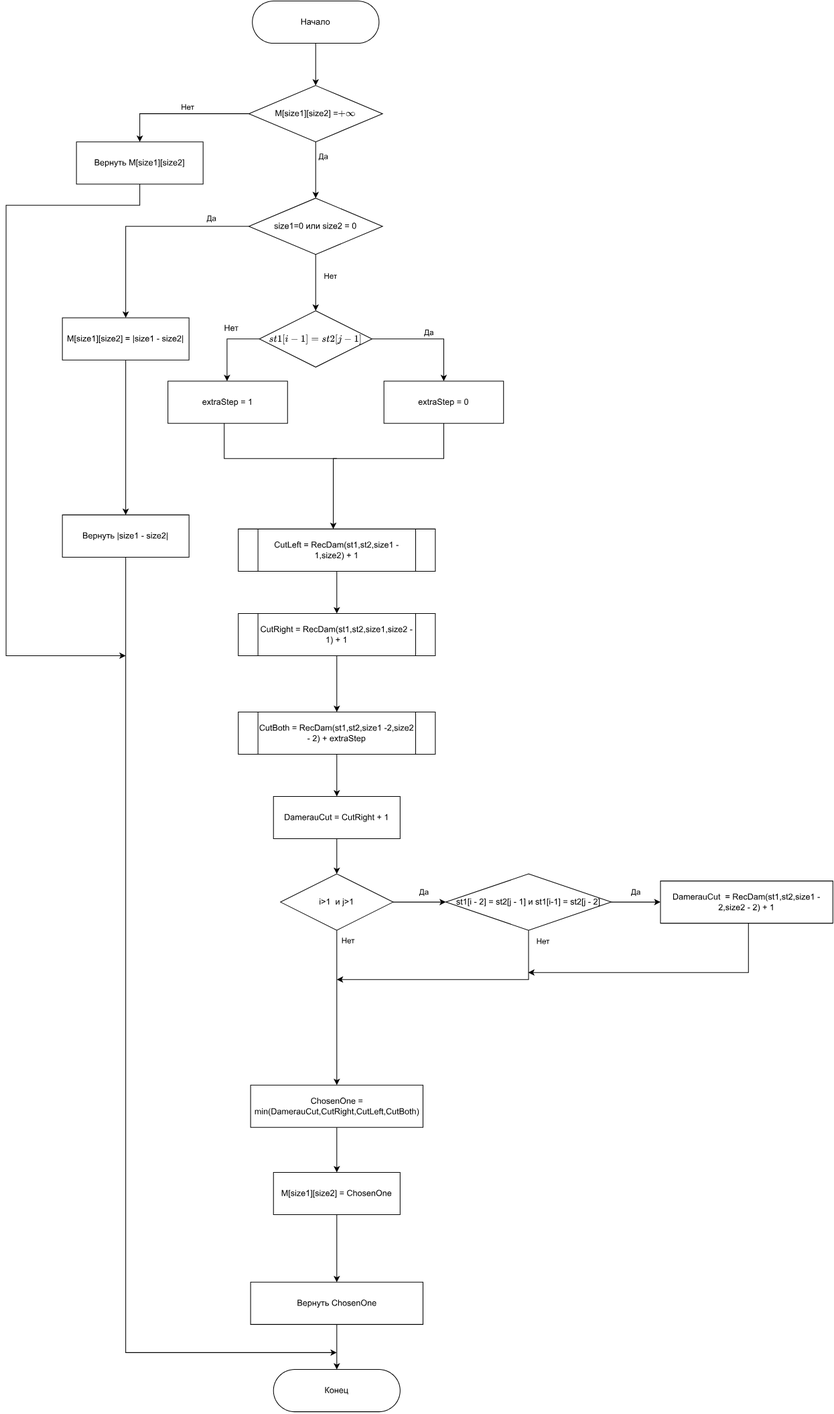
Before: docs/img/lab_01_AA_table_Lev-Damerau-mem.svg, a diagram exported from draw.io (needsomesleeptd/bmstu_AA). Source tidied: cells renumbered, new cells last; positions are measured from the earlier drawing's top-left corner, leaving out a move shared by most shapes.
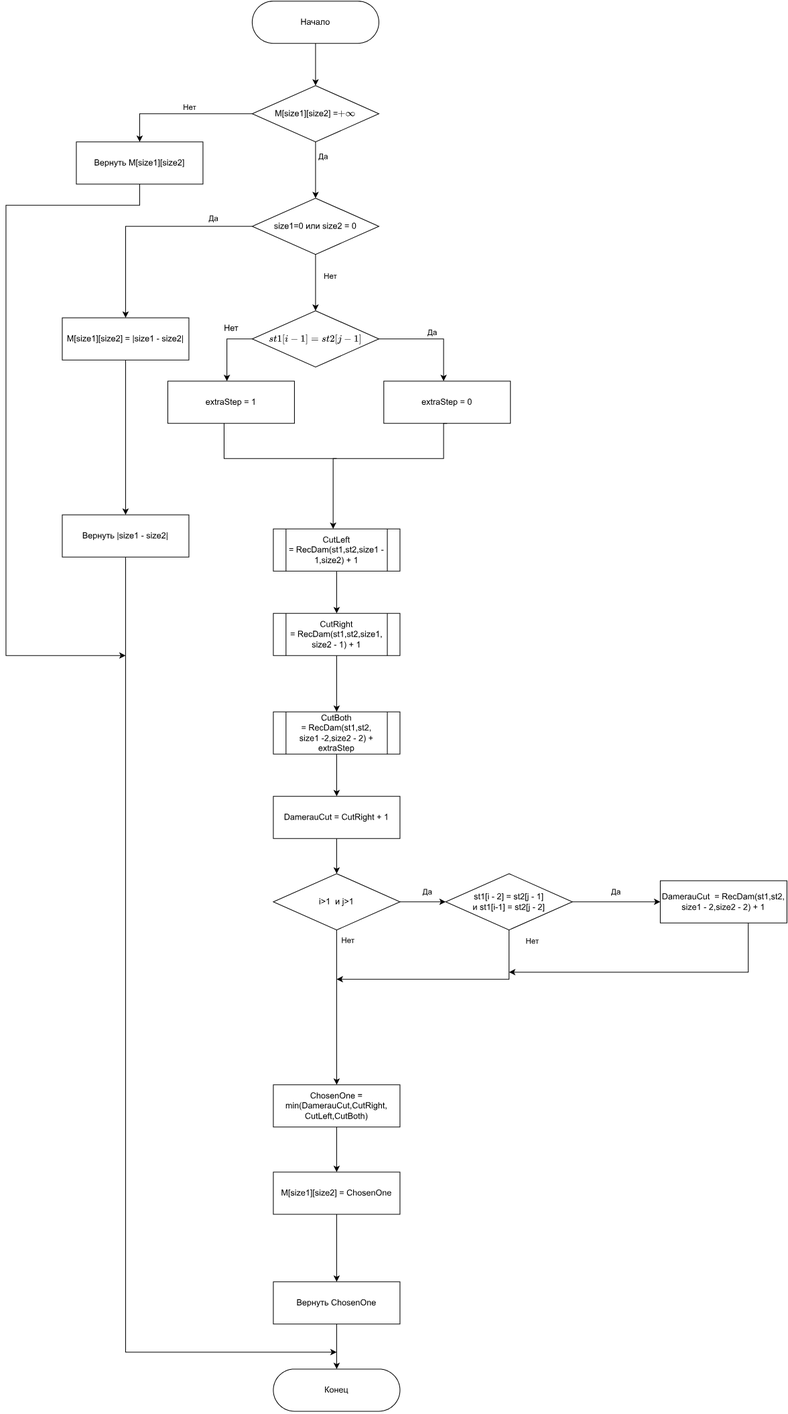
Above is the later version.

Diff of the diagram source:
```diff
@@ -25,7 +25,7 @@
       </mxGeometry>
     </mxCell>
     <mxCell id="8" value="size1=0 или size2 = 0" style="rhombus;whiteSpace=wrap;html=1;rounded=0;" parent="1" vertex="1">
-      <mxGeometry x="345" y="280" width="190" height="80" as="geometry" />
+      <mxGeometry x="350" y="280" width="180" height="80" as="geometry" />
     </mxCell>
     <mxCell id="9" style="edgeStyle=elbowEdgeStyle;rounded=0;jettySize=auto;html=1;" parent="1" edge="1" source="10">
       <mxGeometry relative="1" as="geometry">
@@ -42,7 +42,11 @@
       <mxGeometry x="380" y="1944" width="180" height="60" as="geometry" />
     </mxCell>
     <mxCell id="12" style="edgeStyle=orthogonalEdgeStyle;rounded=0;jettySize=auto;html=1;" parent="1" edge="1" source="15" target="16">
-      <mxGeometry relative="1" as="geometry" />
+      <mxGeometry relative="1" as="geometry">
+        <Array as="points">
+          <mxPoint x="622" y="480" />
+        </Array>
+      </mxGeometry>
     </mxCell>
     <mxCell id="13" value="Да" style="edgeLabel;html=1;align=center;verticalAlign=middle;" parent="12" vertex="1">
       <mxGeometry x="-0.01" relative="1" as="geometry">
@@ -57,13 +61,13 @@
       </mxGeometry>
     </mxCell>
     <mxCell id="15" value="\(st1[i-1] = st2[j-1]\)" style="rhombus;whiteSpace=wrap;html=1;rounded=0;" parent="1" vertex="1">
-      <mxGeometry x="360" y="440" width="160" height="80" as="geometry" />
+      <mxGeometry x="350" y="440" width="180" height="80" as="geometry" />
     </mxCell>
     <mxCell id="16" value="extraStep = 0" style="rounded=0;whiteSpace=wrap;html=1;" parent="1" vertex="1">
-      <mxGeometry x="537" y="540" width="170" height="60" as="geometry" />
+      <mxGeometry x="537" y="540" width="180" height="60" as="geometry" />
     </mxCell>
     <mxCell id="17" value="extraStep = 1" style="rounded=0;whiteSpace=wrap;html=1;" parent="1" vertex="1">
-      <mxGeometry x="230" y="540" width="170" height="60" as="geometry" />
+      <mxGeometry x="230" y="540" width="180" height="60" as="geometry" />
     </mxCell>
     <mxCell id="18" value="Нет" style="text;html=1;align=center;verticalAlign=middle;strokeColor=none;fillColor=none;" parent="1" vertex="1">
       <mxGeometry x="300" y="450" width="40" height="30" as="geometry" />
@@ -88,13 +92,13 @@
       <mxGeometry relative="1" as="geometry" />
     </mxCell>
     <mxCell id="22" value="CutLeft =&amp;nbsp;RecDam(st1,st2,size1 - 1,size2) + 1" style="shape=process;whiteSpace=wrap;html=1;backgroundOutline=1;rounded=0;" parent="1" vertex="1">
-      <mxGeometry x="330" y="750" width="280" height="60" as="geometry" />
+      <mxGeometry x="380" y="750" width="180" height="60" as="geometry" />
     </mxCell>
     <mxCell id="23" style="edgeStyle=orthogonalEdgeStyle;rounded=0;jettySize=auto;html=1;" parent="1" edge="1" source="24" target="40">
       <mxGeometry relative="1" as="geometry" />
     </mxCell>
-    <mxCell id="24" value="CutRight =&amp;nbsp;RecDam(st1,st2,size1,size2 - 1) + 1" style="shape=process;whiteSpace=wrap;html=1;backgroundOutline=1;rounded=0;" parent="1" vertex="1">
-      <mxGeometry x="330" y="870" width="280" height="60" as="geometry" />
+    <mxCell id="24" value="CutRight =&amp;nbsp;RecDam(st1,st2,size1,&lt;br&gt;size2 - 1) + 1" style="shape=process;whiteSpace=wrap;html=1;backgroundOutline=1;rounded=0;" parent="1" vertex="1">
+      <mxGeometry x="380" y="870" width="180" height="60" as="geometry" />
     </mxCell>
     <mxCell id="25" style="edgeStyle=orthogonalEdgeStyle;rounded=0;jettySize=auto;html=1;" parent="1" edge="1" source="26" target="31">
       <mxGeometry relative="1" as="geometry" />
@@ -117,7 +121,7 @@
       <mxGeometry relative="1" as="geometry" />
     </mxCell>
     <mxCell id="31" value="i&amp;gt;1&amp;nbsp; и j&amp;gt;1" style="rhombus;whiteSpace=wrap;html=1;rounded=0;" parent="1" vertex="1">
-      <mxGeometry x="390" y="1240" width="160" height="80" as="geometry" />
+      <mxGeometry x="380" y="1240" width="180" height="80" as="geometry" />
     </mxCell>
     <mxCell id="32" style="edgeStyle=elbowEdgeStyle;rounded=0;jettySize=auto;html=1;exitX=0.5;exitY=1;exitDx=0;exitDy=0;elbow=vertical;" parent="1" edge="1" source="36">
       <mxGeometry relative="1" as="geometry">
@@ -140,13 +144,13 @@
         <mxPoint y="-14" as="offset" />
       </mxGeometry>
     </mxCell>
-    <mxCell id="36" value="st1[i - 2] = st2[j - 1] и st1[i-1] = st2[j - 2]" style="rhombus;whiteSpace=wrap;html=1;rounded=0;" parent="1" vertex="1">
-      <mxGeometry x="625" y="1240" width="235" height="80" as="geometry" />
+    <mxCell id="36" value="st1[i - 2] = st2[j - 1] &lt;br&gt;и st1[i-1] = st2[j - 2]" style="rhombus;whiteSpace=wrap;html=1;rounded=0;" parent="1" vertex="1">
+      <mxGeometry x="625" y="1240" width="180" height="80" as="geometry" />
     </mxCell>
     <mxCell id="37" style="edgeStyle=orthogonalEdgeStyle;rounded=0;orthogonalLoop=1;jettySize=auto;html=1;exitX=0.5;exitY=1;exitDx=0;exitDy=0;" parent="1" edge="1">
       <mxGeometry relative="1" as="geometry">
         <mxPoint x="1052.5" y="1310" as="sourcePoint" />
-        <mxPoint x="742" y="1380" as="targetPoint" />
+        <mxPoint x="715" y="1380" as="targetPoint" />
         <Array as="points">
           <mxPoint x="1052" y="1290" />
           <mxPoint x="1055" y="1290" />
@@ -154,26 +158,26 @@
         </Array>
       </mxGeometry>
     </mxCell>
-    <mxCell id="38" value="DamerauCut&amp;nbsp;&amp;nbsp;=&amp;nbsp;RecDam(st1,st2,size1 - 2,size2 - 2) + 1" style="rounded=0;whiteSpace=wrap;html=1;" parent="1" vertex="1">
-      <mxGeometry x="930" y="1250" width="245" height="60" as="geometry" />
+    <mxCell id="38" value="DamerauCut&amp;nbsp;&amp;nbsp;=&amp;nbsp;RecDam(st1,st2,&lt;br&gt;size1 - 2,size2 - 2) + 1" style="rounded=0;whiteSpace=wrap;html=1;" parent="1" vertex="1">
+      <mxGeometry x="930" y="1250" width="180" height="60" as="geometry" />
     </mxCell>
     <mxCell id="39" style="edgeStyle=orthogonalEdgeStyle;rounded=0;jettySize=auto;html=1;" parent="1" edge="1" source="40" target="26">
       <mxGeometry relative="1" as="geometry" />
     </mxCell>
-    <mxCell id="40" value="CutBoth =&amp;nbsp;RecDam(st1,st2,size1 -2,size2 - 2) + extraStep" style="shape=process;whiteSpace=wrap;html=1;backgroundOutline=1;rounded=0;" parent="1" vertex="1">
-      <mxGeometry x="330" y="1010" width="280" height="60" as="geometry" />
+    <mxCell id="40" value="CutBoth =&amp;nbsp;RecDam(st1,st2,&lt;br&gt;size1 -2,size2 - 2) + extraStep" style="shape=process;whiteSpace=wrap;html=1;backgroundOutline=1;rounded=0;" parent="1" vertex="1">
+      <mxGeometry x="380" y="1010" width="180" height="60" as="geometry" />
     </mxCell>
     <mxCell id="41" style="edgeStyle=orthogonalEdgeStyle;rounded=0;jettySize=auto;html=1;" parent="1" edge="1" source="42" target="48">
       <mxGeometry relative="1" as="geometry" />
     </mxCell>
-    <mxCell id="42" value="ChosenOne = min(DamerauCut,CutRight,CutLeft,CutBoth)" style="rounded=0;whiteSpace=wrap;html=1;" parent="1" vertex="1">
-      <mxGeometry x="347.5" y="1540" width="245" height="60" as="geometry" />
+    <mxCell id="42" value="ChosenOne = min(DamerauCut,CutRight,&lt;br&gt;CutLeft,CutBoth)" style="rounded=0;whiteSpace=wrap;html=1;" parent="1" vertex="1">
+      <mxGeometry x="380" y="1540" width="180" height="60" as="geometry" />
     </mxCell>
     <mxCell id="43" style="edgeStyle=orthogonalEdgeStyle;rounded=0;jettySize=auto;html=1;" parent="1" edge="1" source="44" target="11">
       <mxGeometry relative="1" as="geometry" />
     </mxCell>
     <mxCell id="44" value="Вернуть ChosenOne" style="rounded=0;whiteSpace=wrap;html=1;" parent="1" vertex="1">
-      <mxGeometry x="347.5" y="1820" width="245" height="60" as="geometry" />
+      <mxGeometry x="380" y="1820" width="180" height="60" as="geometry" />
     </mxCell>
     <mxCell id="45" style="edgeStyle=orthogonalEdgeStyle;rounded=0;jettySize=auto;html=1;entryX=0.5;entryY=0;entryDx=0;entryDy=0;" parent="1" edge="1" source="46" target="10">
       <mxGeometry relative="1" as="geometry" />
@@ -208,7 +212,7 @@
       </mxGeometry>
     </mxCell>
     <mxCell id="53" value="M[size1][size2] =\(+\infty\)" style="rhombus;whiteSpace=wrap;html=1;rounded=0;" parent="1" vertex="1">
-      <mxGeometry x="345" y="120" width="190" height="80" as="geometry" />
+      <mxGeometry x="350" y="120" width="180" height="80" as="geometry" />
     </mxCell>
     <mxCell id="54" style="edgeStyle=orthogonalEdgeStyle;rounded=0;jettySize=auto;html=1;" parent="1" edge="1" source="55">
       <mxGeometry relative="1" as="geometry">
```
